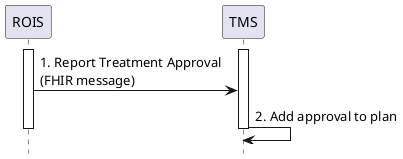
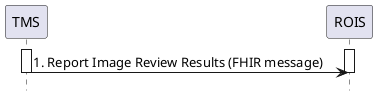
@startuml
skinparam svgDimensionStyle true
hide footbox
+ participant "TMS" as TMS
participant "ROIS" as ROIS
- participant "TMS" as TMS
+ activate TMS
activate ROIS
- activate TMS
- ROIS -> TMS : 1. Report Treatment Approval\n(FHIR message)
- TMS -> TMS : 2. Add approval to plan
+ TMS -> ROIS : 1. Report Image Review Results (FHIR message)
+ deactivate TMS
deactivate ROIS
- deactivate TMS
@enduml
